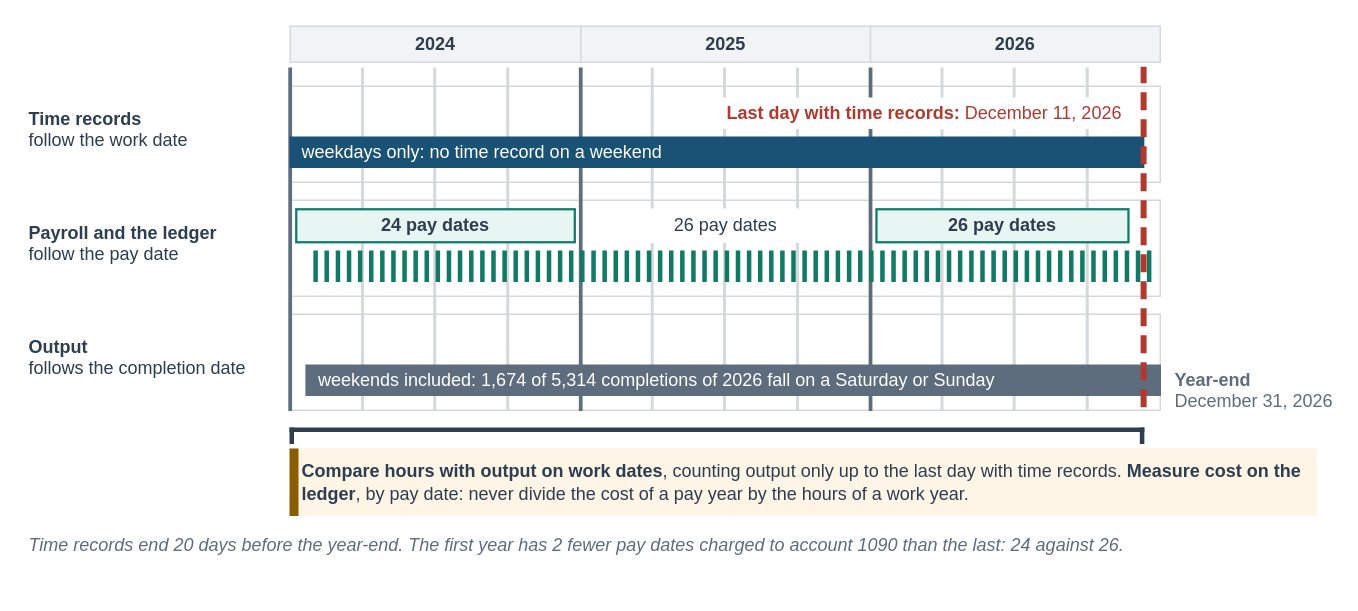
Earlier version of the draw.io diagram facts/instructor/figures/case-part-3/IF-C3-0-B.drawio (mmcodesso/Accounting_Analytics_Book). Source tidied: cells renumbered, new cells numbered last; positions are measured from the earlier drawing's top-left corner, leaving out a move shared by most shapes. Both pictures are drawn from the tidied source at 150%, with x=0, y=0 at pixel (26, 26).
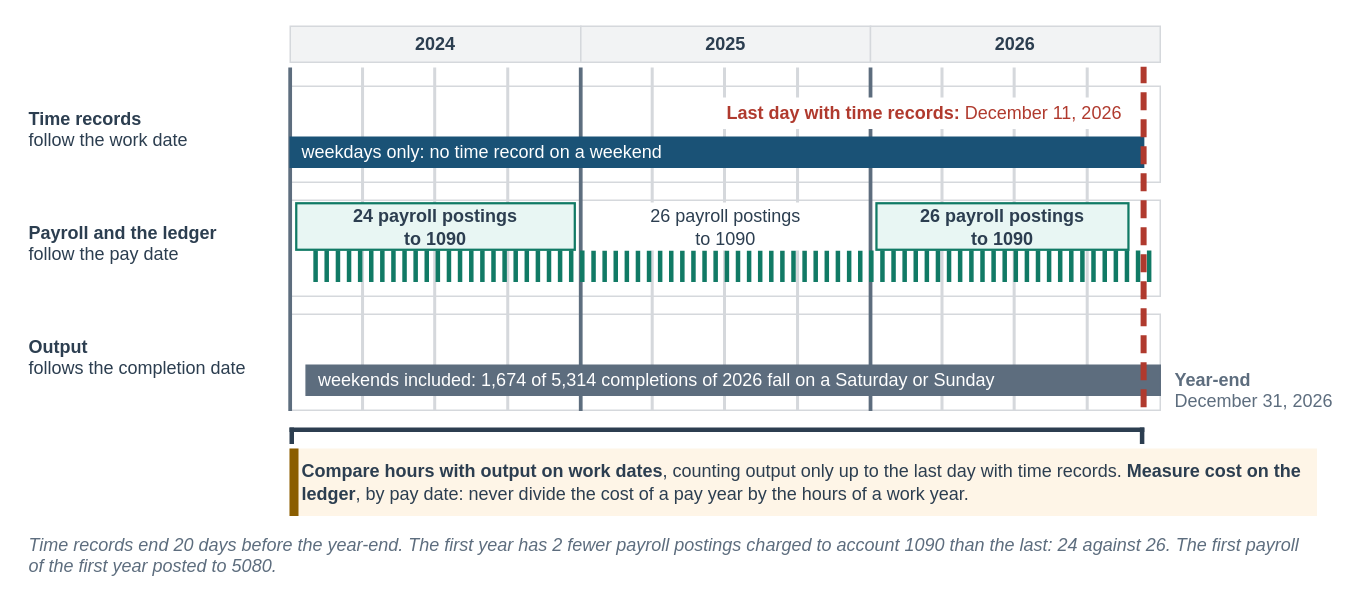
The same diagram, later.

Diff of the diagram source:
```diff
@@
     <mxCell id="2" style="rounded=0;html=1;fillColor=none;strokeColor=none;" parent="1" vertex="1">
-      <mxGeometry width="860" height="357" as="geometry" />
+      <mxGeometry width="860" height="372" as="geometry" />
     </mxCell>
@@
-    <mxCell id="102" value="&lt;b&gt;24 pay dates&lt;/b&gt;" style="rounded=0;arcSize=6;whiteSpace=wrap;html=1;fillColor=#E8F6F3;strokeColor=#117A65;strokeWidth=1.5;fontColor=#2C3E50;fontSize=12;fontStyle=0;align=center;verticalAlign=middle;fontFamily=Helvetica;spacingLeft=6;spacingRight=6;" parent="1" vertex="1">
-      <mxGeometry x="180" y="122" width="185.7" height="22" as="geometry" />
+    <mxCell id="102" value="&lt;b&gt;24 payroll postings&lt;br&gt;to 1090&lt;/b&gt;" style="rounded=0;arcSize=6;whiteSpace=wrap;html=1;fillColor=#E8F6F3;strokeColor=#117A65;strokeWidth=1.5;fontColor=#2C3E50;fontSize=12;fontStyle=0;align=center;verticalAlign=middle;fontFamily=Helvetica;spacingLeft=6;spacingRight=6;" parent="1" vertex="1">
+      <mxGeometry x="180" y="118" width="185.7" height="31" as="geometry" />
     </mxCell>
-    <mxCell id="103" value="26 pay dates" style="rounded=0;arcSize=6;whiteSpace=wrap;html=1;fillColor=#FFFFFF;strokeColor=#FFFFFF;strokeWidth=1;fontColor=#2C3E50;fontSize=12;fontStyle=0;align=center;verticalAlign=middle;fontFamily=Helvetica;spacingLeft=6;spacingRight=6;" parent="1" vertex="1">
-      <mxGeometry x="373.7" y="122" width="185.2" height="22" as="geometry" />
+    <mxCell id="103" value="26 payroll postings&lt;br&gt;to 1090" style="rounded=0;arcSize=6;whiteSpace=wrap;html=1;fillColor=#FFFFFF;strokeColor=#FFFFFF;strokeWidth=1;fontColor=#2C3E50;fontSize=12;fontStyle=0;align=center;verticalAlign=middle;fontFamily=Helvetica;spacingLeft=6;spacingRight=6;" parent="1" vertex="1">
+      <mxGeometry x="373.7" y="118" width="185.2" height="31" as="geometry" />
     </mxCell>
-    <mxCell id="104" value="&lt;b&gt;26 pay dates&lt;/b&gt;" style="rounded=0;arcSize=6;whiteSpace=wrap;html=1;fillColor=#E8F6F3;strokeColor=#117A65;strokeWidth=1.5;fontColor=#2C3E50;fontSize=12;fontStyle=0;align=center;verticalAlign=middle;fontFamily=Helvetica;spacingLeft=6;spacingRight=6;" parent="1" vertex="1">
-      <mxGeometry x="566.8" y="122" width="168" height="22" as="geometry" />
+    <mxCell id="104" value="&lt;b&gt;26 payroll postings&lt;br&gt;to 1090&lt;/b&gt;" style="rounded=0;arcSize=6;whiteSpace=wrap;html=1;fillColor=#E8F6F3;strokeColor=#117A65;strokeWidth=1.5;fontColor=#2C3E50;fontSize=12;fontStyle=0;align=center;verticalAlign=middle;fontFamily=Helvetica;spacingLeft=6;spacingRight=6;" parent="1" vertex="1">
+      <mxGeometry x="566.8" y="118" width="168" height="31" as="geometry" />
     </mxCell>
@@
-    <mxCell id="115" value="&lt;i&gt;Time records end 20 days before the year-end. The first year has 2 fewer pay dates charged to account 1090 than the last: 24 against 26.&lt;/i&gt;" style="text;html=1;whiteSpace=wrap;align=left;verticalAlign=top;fontSize=12;fontColor=#5D6D7E;fontStyle=0;fontFamily=Helvetica;spacing=2;fillColor=none;strokeColor=none;" parent="1" vertex="1">
-      <mxGeometry y="332" width="860" height="23" as="geometry" />
+    <mxCell id="115" value="&lt;i&gt;Time records end 20 days before the year-end. The first year has 2 fewer payroll postings charged to account 1090 than the last: 24 against 26. The first payroll of the first year posted to 5080.&lt;/i&gt;" style="text;html=1;whiteSpace=wrap;align=left;verticalAlign=top;fontSize=12;fontColor=#5D6D7E;fontStyle=0;fontFamily=Helvetica;spacing=2;fillColor=none;strokeColor=none;" parent="1" vertex="1">
+      <mxGeometry y="332" width="860" height="38" as="geometry" />
     </mxCell>
```
